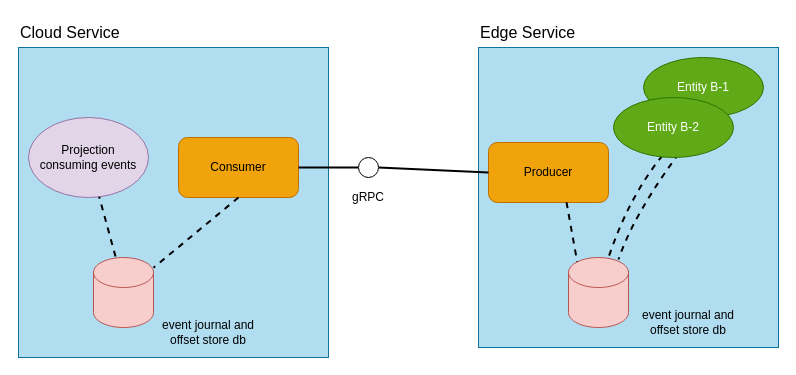
Above: akka-edge-docs/src/main/paradox/images/edge-producer.drawio in akka/akka-projection (draw.io), before the change. Source tidied: cells renumbered, new cells numbered last; positions are measured from the earlier drawing's top-left corner, leaving out a move shared by most shapes. Both pictures are drawn from the tidied source at 100%, with x=0, y=0 at pixel (18, 17).
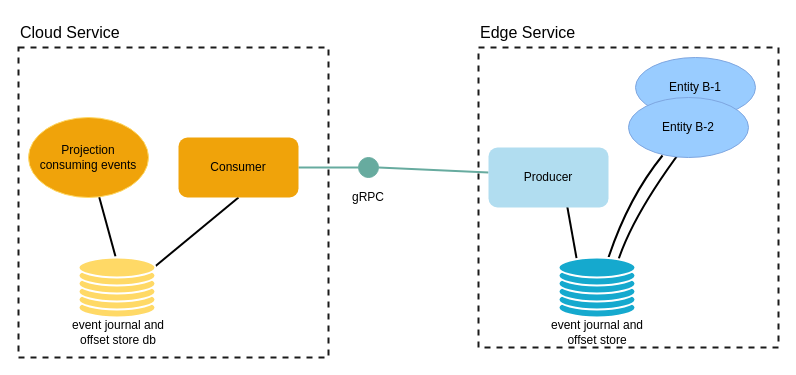
The same page after the edit.

Change to the diagram source:
```diff
@@
-    <mxCell id="2" style="whiteSpace=wrap;html=1;fillColor=#b1ddf0;strokeColor=#10739e;" parent="1" vertex="1">
+    <mxCell id="2" style="whiteSpace=wrap;html=1;fillColor=#FFFFFF;strokeColor=#1A1A1A;strokeWidth=2;dashed=1;" parent="1" vertex="1">
       <mxGeometry y="30" width="310" height="310" as="geometry" />
     </mxCell>
-    <mxCell id="3" style="whiteSpace=wrap;html=1;fillColor=#b1ddf0;strokeColor=#10739e;" parent="1" vertex="1">
+    <mxCell id="3" style="whiteSpace=wrap;html=1;fillColor=#FFFFFF;strokeColor=#1A1A1A;strokeWidth=2;dashed=1;" parent="1" vertex="1">
       <mxGeometry x="460" y="30" width="300" height="300" as="geometry" />
     </mxCell>
-    <mxCell id="4" style="shape=cylinder3;whiteSpace=wrap;html=1;boundedLbl=1;backgroundOutline=1;size=15;fillColor=#f8cecc;strokeColor=#b85450;" parent="1" vertex="1">
-      <mxGeometry x="75" y="240" width="60" height="70" as="geometry" />
-    </mxCell>
-    <mxCell id="5" style="shape=cylinder3;whiteSpace=wrap;html=1;boundedLbl=1;backgroundOutline=1;size=15;fillColor=#f8cecc;strokeColor=#b85450;" parent="1" vertex="1">
-      <mxGeometry x="550" y="240" width="60" height="70" as="geometry" />
-    </mxCell>
-    <mxCell id="6" value="Projection &lt;br&gt;consuming events" style="ellipse;whiteSpace=wrap;html=1;fillColor=#e1d5e7;strokeColor=#9673a6;" parent="1" vertex="1">
-      <mxGeometry x="10" y="100" width="120" height="80" as="geometry" />
-    </mxCell>
-    <mxCell id="7" value="Producer" style="rounded=1;whiteSpace=wrap;html=1;fillColor=#f0a30a;fontColor=#000000;strokeColor=#BD7000;" parent="1" vertex="1">
-      <mxGeometry x="470" y="125" width="120" height="60" as="geometry" />
-    </mxCell>
-    <mxCell id="8" value="Entity B-1" style="ellipse;whiteSpace=wrap;html=1;fillColor=#60a917;strokeColor=#2D7600;fontColor=#ffffff;" parent="1" vertex="1">
-      <mxGeometry x="625" y="40" width="120" height="60" as="geometry" />
-    </mxCell>
-    <mxCell id="9" style="endArrow=none;html=1;exitX=0.408;exitY=0.967;exitDx=0;exitDy=0;strokeWidth=2;endFill=0;curved=1;strokeColor=default;dashed=1;exitPerimeter=0;" parent="1" edge="1" source="22">
+    <mxCell id="9" style="endArrow=none;html=1;exitX=0.408;exitY=0.967;exitDx=0;exitDy=0;strokeWidth=2;endFill=0;curved=1;strokeColor=default;exitPerimeter=0;" parent="1" edge="1">
       <mxGeometry relative="1" as="geometry">
+        <mxPoint x="644" y="138" as="sourcePoint" />
         <mxPoint x="590" y="240" as="targetPoint" />
         <Array as="points">
           <mxPoint x="610" y="180" />
         </Array>
       </mxGeometry>
     </mxCell>
-    <mxCell id="10" value="Consumer" style="rounded=1;whiteSpace=wrap;html=1;fillColor=#f0a30a;fontColor=#000000;strokeColor=#BD7000;" parent="1" vertex="1">
-      <mxGeometry x="160" y="120" width="120" height="60" as="geometry" />
-    </mxCell>
-    <mxCell id="11" style="endArrow=none;html=1;rounded=0;strokeWidth=2;endFill=0;exitX=1;exitY=0.5;exitDx=0;exitDy=0;entryX=0;entryY=0.5;entryDx=0;entryDy=0;" parent="1" edge="1" source="10" target="13">
-      <mxGeometry relative="1" as="geometry" />
+    <mxCell id="11" style="endArrow=none;html=1;rounded=0;strokeWidth=2;endFill=0;exitX=1;exitY=0.5;exitDx=0;exitDy=0;entryX=0;entryY=0.5;entryDx=0;entryDy=0;strokeColor=#67AB9F;" parent="1" edge="1" target="13">
+      <mxGeometry relative="1" as="geometry">
+        <mxPoint x="280" y="150" as="sourcePoint" />
+      </mxGeometry>
     </mxCell>
-    <mxCell id="12" style="rounded=0;jettySize=auto;html=1;strokeWidth=2;endArrow=none;endFill=0;exitX=1;exitY=0.5;exitDx=0;exitDy=0;entryX=0;entryY=0.5;entryDx=0;entryDy=0;" parent="1" edge="1" source="13" target="7">
-      <mxGeometry relative="1" as="geometry" />
+    <mxCell id="12" style="rounded=0;jettySize=auto;html=1;strokeWidth=2;endArrow=none;endFill=0;exitX=1;exitY=0.5;exitDx=0;exitDy=0;entryX=0;entryY=0.5;entryDx=0;entryDy=0;strokeColor=#67AB9F;" parent="1" edge="1" source="13">
+      <mxGeometry relative="1" as="geometry">
+        <mxPoint x="470" y="155" as="targetPoint" />
+      </mxGeometry>
     </mxCell>
-    <mxCell id="13" style="ellipse;whiteSpace=wrap;html=1;" parent="1" vertex="1">
+    <mxCell id="13" style="ellipse;whiteSpace=wrap;html=1;strokeColor=#67AB9F;fillColor=#67AB9F;" parent="1" vertex="1">
       <mxGeometry x="340" y="140" width="20" height="20" as="geometry" />
     </mxCell>
@@
-    <mxCell id="15" style="endArrow=none;html=1;rounded=0;exitX=0.5;exitY=1;exitDx=0;exitDy=0;strokeWidth=2;endFill=0;dashed=1;" parent="1" edge="1" source="10" target="4">
-      <mxGeometry relative="1" as="geometry" />
+    <mxCell id="15" style="endArrow=none;html=1;rounded=0;exitX=0.5;exitY=1;exitDx=0;exitDy=0;strokeWidth=2;endFill=0;" parent="1" edge="1">
+      <mxGeometry relative="1" as="geometry">
+        <mxPoint x="220" y="180" as="sourcePoint" />
+        <mxPoint x="135" y="250.2" as="targetPoint" />
+      </mxGeometry>
     </mxCell>
-    <mxCell id="16" style="endArrow=none;html=1;rounded=0;strokeWidth=2;endFill=0;exitX=0.367;exitY=-0.014;exitDx=0;exitDy=0;exitPerimeter=0;dashed=1;" parent="1" edge="1" source="4" target="6">
-      <mxGeometry relative="1" as="geometry" />
+    <mxCell id="16" style="endArrow=none;html=1;rounded=0;strokeWidth=2;endFill=0;exitX=0.367;exitY=-0.014;exitDx=0;exitDy=0;exitPerimeter=0;" parent="1" edge="1">
+      <mxGeometry relative="1" as="geometry">
+        <mxPoint x="97" y="239" as="sourcePoint" />
+        <mxPoint x="80.7" y="179.4" as="targetPoint" />
+      </mxGeometry>
     </mxCell>
-    <mxCell id="17" style="endArrow=none;html=1;rounded=0;exitX=0.65;exitY=0.995;exitDx=0;exitDy=0;strokeWidth=2;endFill=0;exitPerimeter=0;entryX=0.145;entryY=0;entryDx=0;entryDy=4.35;entryPerimeter=0;dashed=1;" parent="1" edge="1" source="7" target="5">
-      <mxGeometry relative="1" as="geometry" />
+    <mxCell id="17" style="endArrow=none;html=1;rounded=0;exitX=0.65;exitY=0.995;exitDx=0;exitDy=0;strokeWidth=2;endFill=0;exitPerimeter=0;entryX=0.145;entryY=0;entryDx=0;entryDy=4.35;entryPerimeter=0;" parent="1" edge="1">
+      <mxGeometry relative="1" as="geometry">
+        <mxPoint x="548" y="184.7" as="sourcePoint" />
+        <mxPoint x="558.7" y="244.4" as="targetPoint" />
+      </mxGeometry>
     </mxCell>
-    <mxCell id="18" value="event journal and offset store db" style="text;html=1;strokeColor=none;fillColor=none;align=center;verticalAlign=middle;whiteSpace=wrap;rounded=0;" parent="1" vertex="1">
-      <mxGeometry x="610" y="290" width="120" height="30" as="geometry" />
+    <mxCell id="18" value="event journal and offset store&lt;br&gt;" style="text;html=1;strokeColor=none;fillColor=none;align=center;verticalAlign=middle;whiteSpace=wrap;rounded=0;" parent="1" vertex="1">
+      <mxGeometry x="518.5" y="300" width="120" height="30" as="geometry" />
     </mxCell>
@@
-    <mxCell id="21" style="endArrow=none;html=1;exitX=1;exitY=0;exitDx=0;exitDy=0;strokeWidth=2;endFill=0;curved=1;strokeColor=default;dashed=1;" parent="1" edge="1" source="22">
+    <mxCell id="21" style="endArrow=none;html=1;exitX=1;exitY=0;exitDx=0;exitDy=0;strokeWidth=2;endFill=0;curved=1;strokeColor=default;" parent="1" edge="1">
       <mxGeometry relative="1" as="geometry">
+        <mxPoint x="697.4" y="88.8" as="sourcePoint" />
         <mxPoint x="600" y="242" as="targetPoint" />
         <Array as="points">
           <mxPoint x="620" y="182" />
         </Array>
       </mxGeometry>
     </mxCell>
+    <mxCell id="23" value="event journal and offset store db" style="text;html=1;strokeColor=none;fillColor=none;align=center;verticalAlign=middle;whiteSpace=wrap;rounded=0;" parent="1" vertex="1">
+      <mxGeometry x="40" y="300" width="120" height="30" as="geometry" />
+    </mxCell>
+    <mxCell id="7" value="Producer" style="rounded=1;whiteSpace=wrap;html=1;fillColor=#b1ddf0;strokeColor=none;" parent="1" vertex="1">
+      <mxGeometry x="470" y="130" width="120" height="60" as="geometry" />
+    </mxCell>
+    <mxCell id="10" value="Consumer" style="rounded=1;whiteSpace=wrap;html=1;fillColor=#f0a30a;fontColor=#000000;strokeColor=none;" parent="1" vertex="1">
+      <mxGeometry x="160" y="120" width="120" height="60" as="geometry" />
+    </mxCell>
+    <mxCell id="6" value="Projection &lt;br&gt;consuming events" style="ellipse;whiteSpace=wrap;html=1;fillColor=#f0a30a;strokeColor=#FFD966;fontColor=#000000;" parent="1" vertex="1">
+      <mxGeometry x="10" y="100" width="120" height="80" as="geometry" />
+    </mxCell>
+    <mxCell id="24" style="group;" parent="1" vertex="1">
+      <mxGeometry x="540" y="240" width="77" height="60" as="geometry" />
+    </mxCell>
+    <mxCell id="25" style="ellipse;whiteSpace=wrap;html=1;fillColor=#15a9ce;strokeColor=#FFFFFF;strokeWidth=2;" parent="24" vertex="1">
+      <mxGeometry y="40" width="77" height="20" as="geometry" />
+    </mxCell>
+    <mxCell id="26" style="ellipse;whiteSpace=wrap;html=1;fillColor=#15a9ce;strokeColor=#FFFFFF;strokeWidth=2;" parent="24" vertex="1">
+      <mxGeometry y="32" width="77" height="20" as="geometry" />
+    </mxCell>
+    <mxCell id="27" style="ellipse;whiteSpace=wrap;html=1;fillColor=#15a9ce;strokeColor=#FFFFFF;strokeWidth=2;" parent="24" vertex="1">
+      <mxGeometry y="24" width="77" height="20" as="geometry" />
+    </mxCell>
+    <mxCell id="28" style="ellipse;whiteSpace=wrap;html=1;fillColor=#15a9ce;strokeColor=#FFFFFF;strokeWidth=2;" parent="24" vertex="1">
+      <mxGeometry y="16" width="77" height="20" as="geometry" />
+    </mxCell>
+    <mxCell id="29" style="ellipse;whiteSpace=wrap;html=1;fillColor=#15a9ce;strokeColor=#FFFFFF;strokeWidth=2;" parent="24" vertex="1">
+      <mxGeometry y="8" width="77" height="20" as="geometry" />
+    </mxCell>
+    <mxCell id="30" style="ellipse;whiteSpace=wrap;html=1;fillColor=#15a9ce;strokeColor=#FFFFFF;strokeWidth=2;" parent="24" vertex="1">
+      <mxGeometry width="77" height="20" as="geometry" />
+    </mxCell>
+    <mxCell id="31" style="group;" parent="1" vertex="1">
+      <mxGeometry x="60" y="240" width="77" height="60" as="geometry" />
+    </mxCell>
+    <mxCell id="32" style="ellipse;whiteSpace=wrap;html=1;fillColor=#FFD966;strokeColor=#FFFFFF;strokeWidth=2;" parent="31" vertex="1">
+      <mxGeometry y="40" width="77" height="20" as="geometry" />
+    </mxCell>
+    <mxCell id="33" style="ellipse;whiteSpace=wrap;html=1;fillColor=#FFD966;strokeColor=#FFFFFF;strokeWidth=2;" parent="31" vertex="1">
+      <mxGeometry y="32" width="77" height="20" as="geometry" />
+    </mxCell>
+    <mxCell id="34" style="ellipse;whiteSpace=wrap;html=1;fillColor=#FFD966;strokeColor=#FFFFFF;strokeWidth=2;" parent="31" vertex="1">
+      <mxGeometry y="24" width="77" height="20" as="geometry" />
+    </mxCell>
+    <mxCell id="35" style="ellipse;whiteSpace=wrap;html=1;fillColor=#FFD966;strokeColor=#FFFFFF;strokeWidth=2;" parent="31" vertex="1">
+      <mxGeometry y="16" width="77" height="20" as="geometry" />
+    </mxCell>
+    <mxCell id="36" style="ellipse;whiteSpace=wrap;html=1;fillColor=#FFD966;strokeColor=#FFFFFF;strokeWidth=2;" parent="31" vertex="1">
+      <mxGeometry y="8" width="77" height="20" as="geometry" />
+    </mxCell>
+    <mxCell id="37" style="ellipse;whiteSpace=wrap;html=1;fillColor=#FFD966;strokeColor=#FFFFFF;strokeWidth=2;" parent="31" vertex="1">
+      <mxGeometry width="77" height="20" as="geometry" />
+    </mxCell>
+    <mxCell id="8" value="Entity B-1" style="ellipse;whiteSpace=wrap;html=1;fillColor=#99CCFF;strokeColor=#7EA6E0;fontColor=#000000;" parent="1" vertex="1">
+      <mxGeometry x="617" y="40" width="120" height="60" as="geometry" />
+    </mxCell>
-    <mxCell id="22" value="Entity B-2" style="ellipse;whiteSpace=wrap;html=1;fillColor=#60a917;strokeColor=#2D7600;fontColor=#ffffff;" parent="1" vertex="1">
-      <mxGeometry x="595" y="80" width="120" height="60" as="geometry" />
+    <mxCell id="22" value="Entity B-2" style="ellipse;whiteSpace=wrap;html=1;fillColor=#99CCFF;strokeColor=#7EA6E0;fontColor=#000000;" parent="1" vertex="1">
+      <mxGeometry x="610" y="80" width="120" height="60" as="geometry" />
     </mxCell>
-    <mxCell id="23" value="event journal and offset store db" style="text;html=1;strokeColor=none;fillColor=none;align=center;verticalAlign=middle;whiteSpace=wrap;rounded=0;" parent="1" vertex="1">
-      <mxGeometry x="130" y="300" width="120" height="30" as="geometry" />
-    </mxCell>
```
